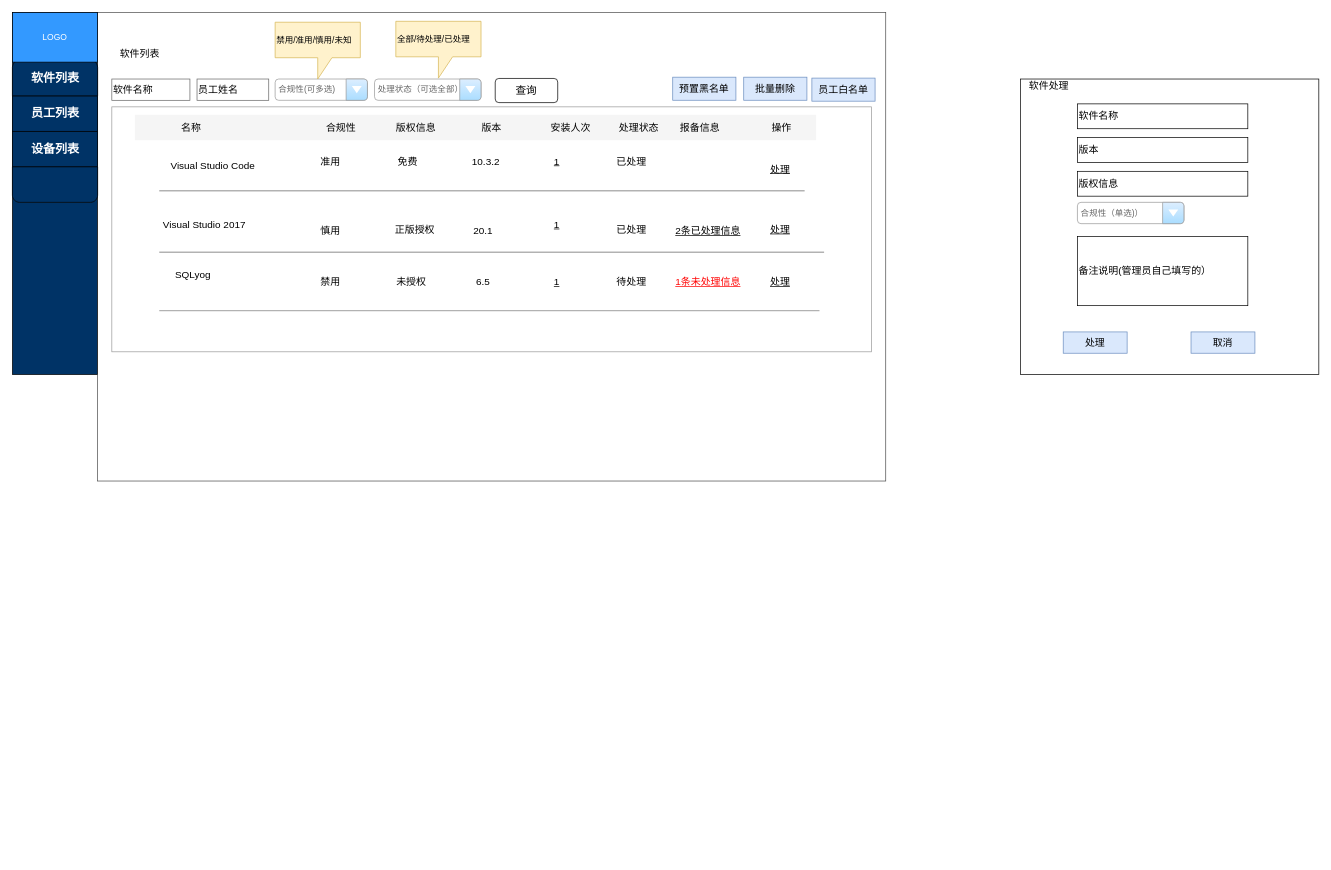
Earlier version of the draw.io diagram page "后台管理v2" (8 of 8) of 正版软件管理.drawio (mashifei/uml). Source tidied: cells renumbered, new cells numbered last; positions are measured from the earlier drawing's top-left corner, leaving out a move shared by most shapes. Both pictures are drawn from the tidied source at 71%, with x=0, y=0 at pixel (12, 12).
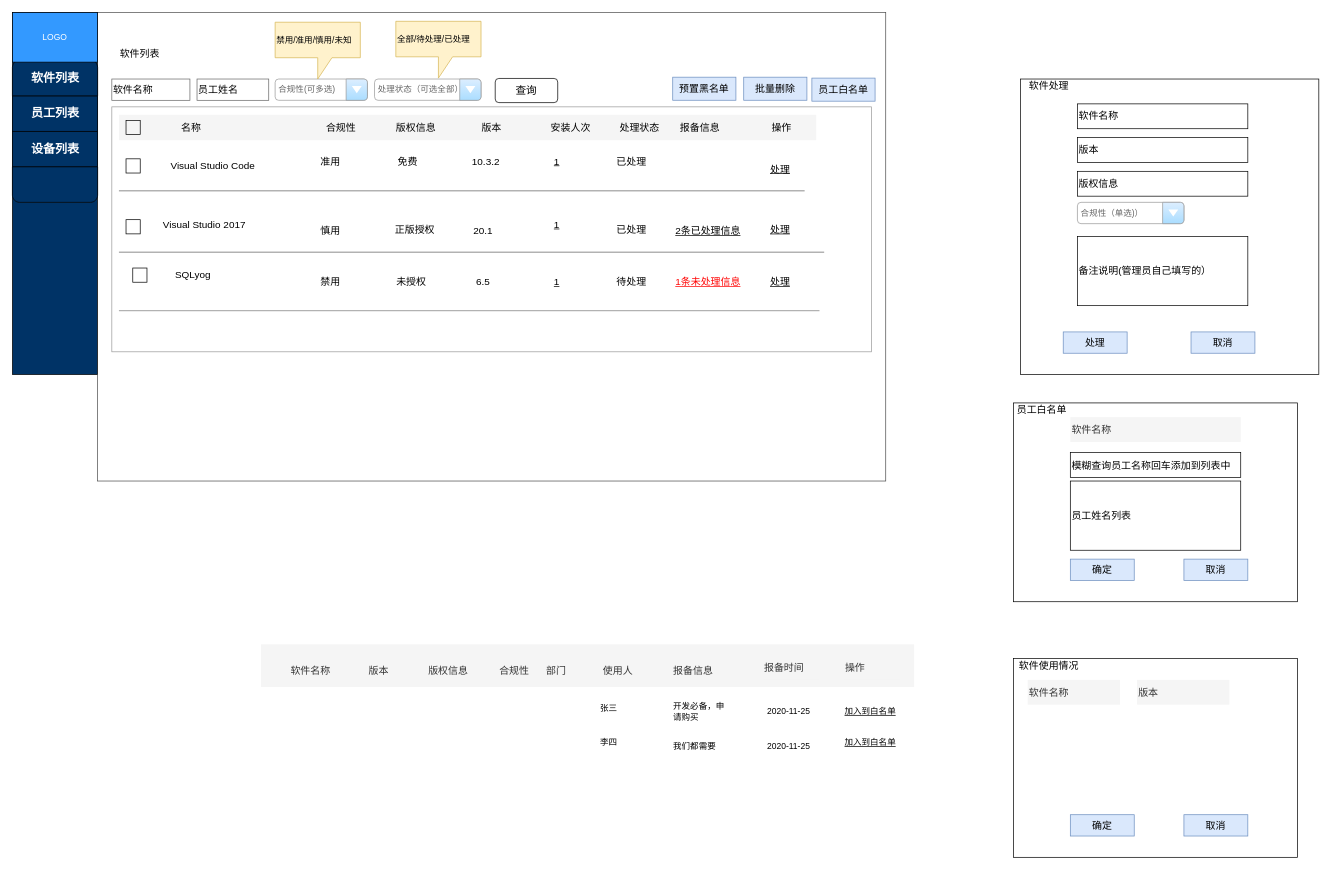
The same page after the edit.

Commit message:
更新正版软件管理.drawio

Change to the diagram source:
```diff
@@
+    <mxCell id="67" style="rounded=0;whiteSpace=wrap;html=1;fillColor=#f5f5f5;fontSize=12;fontColor=#333333;align=left;strokeColor=none;" parent="1" vertex="1">
+      <mxGeometry x="350" y="890" width="920" height="60" as="geometry" />
+    </mxCell>
@@
-    <mxCell id="22" style="group;" parent="1" vertex="1">
-      <mxGeometry x="172.4" y="140" width="975.2" height="285" as="geometry" />
-    </mxCell>
-    <mxCell id="23" style="line;strokeWidth=2;html=1;shadow=0;sketch=0;fillColor=none;fontSize=14;opacity=30;" parent="22" vertex="1">
-      <mxGeometry x="34.4" y="106.2" width="909" height="10" as="geometry" />
-    </mxCell>
-    <mxCell id="24" style="rounded=0;whiteSpace=wrap;html=1;shadow=0;sketch=0;fillColor=#f5f5f5;fontSize=14;fontColor=#333333;strokeColor=none;" parent="22" vertex="1">
-      <mxGeometry y="4.2" width="959.6" height="35.8" as="geometry" />
-    </mxCell>
-    <mxCell id="25" value="名称" style="text;html=1;strokeColor=none;fillColor=none;align=center;verticalAlign=middle;whiteSpace=wrap;rounded=0;shadow=0;sketch=0;fontSize=14;" parent="22" vertex="1">
-      <mxGeometry y="12.1" width="160" height="20" as="geometry" />
-    </mxCell>
-    <mxCell id="26" value="安装人次" style="text;html=1;strokeColor=none;fillColor=none;align=center;verticalAlign=middle;whiteSpace=wrap;rounded=0;shadow=0;sketch=0;fontSize=14;" parent="22" vertex="1">
-      <mxGeometry x="565.2" y="12.1" width="96.9" height="20" as="geometry" />
-    </mxCell>
-    <mxCell id="27" style="line;strokeWidth=2;html=1;shadow=0;sketch=0;fillColor=none;fontSize=14;opacity=30;" parent="22" vertex="1">
-      <mxGeometry x="34.4" y="192.8" width="936.4" height="10" as="geometry" />
-    </mxCell>
-    <mxCell id="28" value="版权信息" style="text;html=1;strokeColor=none;fillColor=none;align=center;verticalAlign=middle;whiteSpace=wrap;rounded=0;shadow=0;sketch=0;fontSize=14;" parent="22" vertex="1">
-      <mxGeometry x="337.6" y="12.1" width="116.8" height="20" as="geometry" />
-    </mxCell>
-    <mxCell id="29" value="合规性" style="text;html=1;strokeColor=none;fillColor=none;align=center;verticalAlign=middle;whiteSpace=wrap;rounded=0;shadow=0;sketch=0;fontSize=14;" parent="22" vertex="1">
-      <mxGeometry x="238" y="12.1" width="105.7" height="20" as="geometry" />
-    </mxCell>
-    <mxCell id="30" style="line;strokeWidth=2;html=1;shadow=0;sketch=0;fillColor=none;fontSize=14;opacity=30;" parent="22" vertex="1">
-      <mxGeometry x="34.4" y="275" width="929.9" height="10" as="geometry" />
-    </mxCell>
-    <mxCell id="31" value="版本" style="text;html=1;strokeColor=none;fillColor=none;align=center;verticalAlign=middle;whiteSpace=wrap;rounded=0;shadow=0;sketch=0;fontSize=14;" parent="22" vertex="1">
-      <mxGeometry x="462.5" y="12.1" width="80.3" height="20" as="geometry" />
-    </mxCell>
-    <mxCell id="32" value="处理状态" style="text;html=1;strokeColor=none;fillColor=none;align=center;verticalAlign=middle;whiteSpace=wrap;rounded=0;shadow=0;sketch=0;fontSize=14;" parent="22" vertex="1">
-      <mxGeometry x="662" y="12.1" width="96.9" height="20" as="geometry" />
-    </mxCell>
-    <mxCell id="33" value="报备信息" style="text;html=1;strokeColor=none;fillColor=none;align=center;verticalAlign=middle;whiteSpace=wrap;rounded=0;shadow=0;sketch=0;fontSize=14;" parent="22" vertex="1">
-      <mxGeometry x="747.6" y="12.1" width="96.9" height="20" as="geometry" />
-    </mxCell>
-    <mxCell id="34" value="操作" style="text;html=1;strokeColor=none;fillColor=none;align=center;verticalAlign=middle;whiteSpace=wrap;rounded=0;shadow=0;sketch=0;fontSize=14;" parent="22" vertex="1">
-      <mxGeometry x="862.8" y="12.1" width="96.9" height="20" as="geometry" />
-    </mxCell>
@@
+    <mxCell id="68" style="rounded=0;whiteSpace=wrap;html=1;fillColor=none;gradientColor=none;fontSize=12;fontColor=#000000;align=left;" parent="1" vertex="1">
+      <mxGeometry x="160" y="206.2" width="20" height="20" as="geometry" />
+    </mxCell>
+    <mxCell id="69" style="rounded=0;whiteSpace=wrap;html=1;fillColor=none;gradientColor=none;fontSize=12;fontColor=#000000;align=left;" parent="1" vertex="1">
+      <mxGeometry x="160" y="291.9" width="20" height="20" as="geometry" />
+    </mxCell>
+    <mxCell id="70" style="rounded=0;whiteSpace=wrap;html=1;fillColor=none;gradientColor=none;fontSize=12;fontColor=#000000;align=left;" parent="1" vertex="1">
+      <mxGeometry x="169.5" y="360" width="20" height="20" as="geometry" />
+    </mxCell>
+    <mxCell id="23" style="line;strokeWidth=2;html=1;shadow=0;sketch=0;fillColor=none;fontSize=14;opacity=30;" parent="1" vertex="1">
+      <mxGeometry x="150" y="246.2" width="965.8" height="10" as="geometry" />
+    </mxCell>
+    <mxCell id="24" style="rounded=0;whiteSpace=wrap;html=1;shadow=0;sketch=0;fillColor=#f5f5f5;fontSize=14;fontColor=#333333;strokeColor=none;" parent="1" vertex="1">
+      <mxGeometry x="150" y="144.2" width="982.1" height="35.8" as="geometry" />
+    </mxCell>
+    <mxCell id="25" value="名称" style="text;html=1;strokeColor=none;fillColor=none;align=center;verticalAlign=middle;whiteSpace=wrap;rounded=0;shadow=0;sketch=0;fontSize=14;" parent="1" vertex="1">
+      <mxGeometry x="172.4" y="152.1" width="160" height="20" as="geometry" />
+    </mxCell>
+    <mxCell id="26" value="安装人次" style="text;html=1;strokeColor=none;fillColor=none;align=center;verticalAlign=middle;whiteSpace=wrap;rounded=0;shadow=0;sketch=0;fontSize=14;" parent="1" vertex="1">
+      <mxGeometry x="737.6" y="152.1" width="96.9" height="20" as="geometry" />
+    </mxCell>
+    <mxCell id="27" style="line;strokeWidth=2;html=1;shadow=0;sketch=0;fillColor=none;fontSize=14;opacity=30;" parent="1" vertex="1">
+      <mxGeometry x="150" y="332.8" width="993.3" height="10" as="geometry" />
+    </mxCell>
+    <mxCell id="28" value="版权信息" style="text;html=1;strokeColor=none;fillColor=none;align=center;verticalAlign=middle;whiteSpace=wrap;rounded=0;shadow=0;sketch=0;fontSize=14;" parent="1" vertex="1">
+      <mxGeometry x="510" y="152.1" width="116.8" height="20" as="geometry" />
+    </mxCell>
+    <mxCell id="29" value="合规性" style="text;html=1;strokeColor=none;fillColor=none;align=center;verticalAlign=middle;whiteSpace=wrap;rounded=0;shadow=0;sketch=0;fontSize=14;" parent="1" vertex="1">
+      <mxGeometry x="410.4" y="152.1" width="105.7" height="20" as="geometry" />
+    </mxCell>
+    <mxCell id="30" style="line;strokeWidth=2;html=1;shadow=0;sketch=0;fillColor=none;fontSize=14;opacity=30;" parent="1" vertex="1">
+      <mxGeometry x="150" y="415" width="986.7" height="10" as="geometry" />
+    </mxCell>
+    <mxCell id="31" value="版本" style="text;html=1;strokeColor=none;fillColor=none;align=center;verticalAlign=middle;whiteSpace=wrap;rounded=0;shadow=0;sketch=0;fontSize=14;" parent="1" vertex="1">
+      <mxGeometry x="634.9" y="152.1" width="80.3" height="20" as="geometry" />
+    </mxCell>
+    <mxCell id="32" value="处理状态" style="text;html=1;strokeColor=none;fillColor=none;align=center;verticalAlign=middle;whiteSpace=wrap;rounded=0;shadow=0;sketch=0;fontSize=14;" parent="1" vertex="1">
+      <mxGeometry x="834.5" y="152.1" width="96.9" height="20" as="geometry" />
+    </mxCell>
+    <mxCell id="33" value="报备信息" style="text;html=1;strokeColor=none;fillColor=none;align=center;verticalAlign=middle;whiteSpace=wrap;rounded=0;shadow=0;sketch=0;fontSize=14;" parent="1" vertex="1">
+      <mxGeometry x="920" y="152.1" width="96.9" height="20" as="geometry" />
+    </mxCell>
+    <mxCell id="34" value="操作" style="text;html=1;strokeColor=none;fillColor=none;align=center;verticalAlign=middle;whiteSpace=wrap;rounded=0;shadow=0;sketch=0;fontSize=14;" parent="1" vertex="1">
+      <mxGeometry x="1035.2" y="152.1" width="96.9" height="20" as="geometry" />
+    </mxCell>
+    <mxCell id="71" style="rounded=0;whiteSpace=wrap;html=1;fillColor=none;gradientColor=none;fontSize=12;fontColor=#000000;align=left;" parent="1" vertex="1">
+      <mxGeometry x="160" y="152.1" width="20" height="20" as="geometry" />
+    </mxCell>
+    <mxCell id="72" style="whiteSpace=wrap;html=1;rounded=0;shadow=0;sketch=0;strokeColor=#000000;fillColor=#ffffff;fontSize=14;fontColor=#000000;align=center;" parent="1" vertex="1">
+      <mxGeometry x="1410" y="550" width="400" height="280" as="geometry" />
+    </mxCell>
+    <mxCell id="73" value="员工白名单" style="text;html=1;strokeColor=none;fillColor=none;align=center;verticalAlign=middle;whiteSpace=wrap;rounded=0;shadow=0;sketch=0;fontSize=14;fontColor=#000000;" parent="1" vertex="1">
+      <mxGeometry x="1400" y="550" width="100" height="20" as="geometry" />
+    </mxCell>
+    <mxCell id="74" value="模糊查询员工名称回车添加到列表中" style="rounded=0;whiteSpace=wrap;html=1;shadow=0;sketch=0;strokeColor=#000000;fillColor=none;fontSize=14;fontColor=#000000;align=left;" parent="1" vertex="1">
+      <mxGeometry x="1490" y="620" width="240" height="35" as="geometry" />
+    </mxCell>
+    <mxCell id="75" value="员工姓名列表" style="rounded=0;whiteSpace=wrap;html=1;shadow=0;sketch=0;strokeColor=#000000;fillColor=none;fontSize=14;fontColor=#000000;align=left;" parent="1" vertex="1">
+      <mxGeometry x="1490" y="660" width="240" height="97.5" as="geometry" />
+    </mxCell>
+    <mxCell id="76" value="确定" style="rounded=0;whiteSpace=wrap;html=1;shadow=0;sketch=0;strokeColor=#6c8ebf;fillColor=#dae8fc;fontSize=14;align=center;" parent="1" vertex="1">
+      <mxGeometry x="1490" y="770" width="90" height="30" as="geometry" />
+    </mxCell>
+    <mxCell id="77" value="取消" style="rounded=0;whiteSpace=wrap;html=1;shadow=0;sketch=0;strokeColor=#6c8ebf;fillColor=#dae8fc;fontSize=14;align=center;" parent="1" vertex="1">
+      <mxGeometry x="1650" y="770" width="90" height="30" as="geometry" />
+    </mxCell>
+    <mxCell id="78" value="软件名称" style="rounded=0;whiteSpace=wrap;html=1;shadow=0;sketch=0;fillColor=#f5f5f5;fontSize=14;fontColor=#333333;align=left;strokeColor=none;" parent="1" vertex="1">
+      <mxGeometry x="1490" y="570" width="240" height="35" as="geometry" />
+    </mxCell>
+    <mxCell id="79" style="whiteSpace=wrap;html=1;rounded=0;shadow=0;sketch=0;strokeColor=#000000;fillColor=#ffffff;fontSize=14;fontColor=#000000;align=center;" parent="1" vertex="1">
+      <mxGeometry x="1410" y="910" width="400" height="280" as="geometry" />
+    </mxCell>
+    <mxCell id="80" value="软件使用情况" style="text;html=1;strokeColor=none;fillColor=none;align=center;verticalAlign=middle;whiteSpace=wrap;rounded=0;shadow=0;sketch=0;fontSize=14;fontColor=#000000;" parent="1" vertex="1">
+      <mxGeometry x="1410" y="910" width="100" height="20" as="geometry" />
+    </mxCell>
+    <mxCell id="81" value="确定" style="rounded=0;whiteSpace=wrap;html=1;shadow=0;sketch=0;strokeColor=#6c8ebf;fillColor=#dae8fc;fontSize=14;align=center;" parent="1" vertex="1">
+      <mxGeometry x="1490" y="1130" width="90" height="30" as="geometry" />
+    </mxCell>
+    <mxCell id="82" value="取消" style="rounded=0;whiteSpace=wrap;html=1;shadow=0;sketch=0;strokeColor=#6c8ebf;fillColor=#dae8fc;fontSize=14;align=center;" parent="1" vertex="1">
+      <mxGeometry x="1650" y="1130" width="90" height="30" as="geometry" />
+    </mxCell>
+    <mxCell id="83" value="软件名称" style="rounded=0;whiteSpace=wrap;html=1;shadow=0;sketch=0;fillColor=#f5f5f5;fontSize=14;fontColor=#333333;align=left;strokeColor=none;" parent="1" vertex="1">
+      <mxGeometry x="1430" y="940" width="130" height="35" as="geometry" />
+    </mxCell>
+    <mxCell id="84" value="使用人" style="rounded=0;whiteSpace=wrap;html=1;shadow=0;sketch=0;fillColor=#f5f5f5;fontSize=14;fontColor=#333333;align=left;strokeColor=none;" parent="1" vertex="1">
+      <mxGeometry x="830" y="910" width="80" height="35" as="geometry" />
+    </mxCell>
+    <mxCell id="85" value="报备信息" style="rounded=0;whiteSpace=wrap;html=1;shadow=0;sketch=0;fillColor=#f5f5f5;fontSize=14;fontColor=#333333;align=left;strokeColor=none;" parent="1" vertex="1">
+      <mxGeometry x="928.5" y="910" width="80" height="35" as="geometry" />
+    </mxCell>
+    <mxCell id="86" value="报备时间" style="rounded=0;whiteSpace=wrap;html=1;shadow=0;sketch=0;fillColor=#f5f5f5;fontSize=14;fontColor=#333333;align=left;strokeColor=none;" parent="1" vertex="1">
+      <mxGeometry x="1056.7" y="905" width="80" height="35" as="geometry" />
+    </mxCell>
+    <mxCell id="87" value="张三" style="text;html=1;strokeColor=none;fillColor=none;align=center;verticalAlign=middle;whiteSpace=wrap;rounded=0;fontSize=12;fontColor=#000000;" parent="1" vertex="1">
+      <mxGeometry x="820" y="970" width="40" height="20" as="geometry" />
+    </mxCell>
+    <mxCell id="88" value="开发必备，申请购买" style="text;html=1;strokeColor=none;fillColor=none;align=left;verticalAlign=middle;whiteSpace=wrap;rounded=0;fontSize=12;fontColor=#000000;" parent="1" vertex="1">
+      <mxGeometry x="928.5" y="970" width="81.5" height="30" as="geometry" />
+    </mxCell>
+    <mxCell id="89" value="2020-11-25" style="text;html=1;strokeColor=none;fillColor=none;align=center;verticalAlign=middle;whiteSpace=wrap;rounded=0;fontSize=12;fontColor=#000000;" parent="1" vertex="1">
+      <mxGeometry x="1056.7" y="975" width="73.3" height="20" as="geometry" />
+    </mxCell>
+    <mxCell id="90" value="李四" style="text;html=1;strokeColor=none;fillColor=none;align=center;verticalAlign=middle;whiteSpace=wrap;rounded=0;fontSize=12;fontColor=#000000;" parent="1" vertex="1">
+      <mxGeometry x="820" y="1019" width="40" height="20" as="geometry" />
+    </mxCell>
+    <mxCell id="91" value="我们都需要" style="text;html=1;strokeColor=none;fillColor=none;align=left;verticalAlign=middle;whiteSpace=wrap;rounded=0;fontSize=12;fontColor=#000000;" parent="1" vertex="1">
+      <mxGeometry x="928.5" y="1019" width="61.5" height="30" as="geometry" />
+    </mxCell>
+    <mxCell id="92" value="2020-11-25" style="text;html=1;strokeColor=none;fillColor=none;align=center;verticalAlign=middle;whiteSpace=wrap;rounded=0;fontSize=12;fontColor=#000000;" parent="1" vertex="1">
+      <mxGeometry x="1056.7" y="1024" width="73.3" height="20" as="geometry" />
+    </mxCell>
+    <mxCell id="93" value="操作" style="rounded=0;whiteSpace=wrap;html=1;shadow=0;sketch=0;fillColor=#f5f5f5;fontSize=14;fontColor=#333333;align=left;strokeColor=none;" parent="1" vertex="1">
+      <mxGeometry x="1171" y="905" width="80" height="35" as="geometry" />
+    </mxCell>
+    <mxCell id="94" value="版本" style="rounded=0;whiteSpace=wrap;html=1;shadow=0;sketch=0;fillColor=#f5f5f5;fontSize=14;fontColor=#333333;align=left;strokeColor=none;" parent="1" vertex="1">
+      <mxGeometry x="1584" y="940" width="130" height="35" as="geometry" />
+    </mxCell>
+    <mxCell id="95" value="加入到白名单" style="text;html=1;strokeColor=none;fillColor=none;align=center;verticalAlign=middle;whiteSpace=wrap;rounded=0;fontSize=12;fontColor=#000000;fontStyle=4;" parent="1" vertex="1">
+      <mxGeometry x="1171" y="975" width="75" height="20" as="geometry" />
+    </mxCell>
+    <mxCell id="96" value="加入到白名单" style="text;html=1;strokeColor=none;fillColor=none;align=center;verticalAlign=middle;whiteSpace=wrap;rounded=0;fontSize=12;fontColor=#000000;fontStyle=4;" parent="1" vertex="1">
+      <mxGeometry x="1171" y="1019" width="75" height="20" as="geometry" />
+    </mxCell>
+    <mxCell id="97" value="软件名称" style="rounded=0;whiteSpace=wrap;html=1;shadow=0;sketch=0;fillColor=#f5f5f5;fontSize=14;fontColor=#333333;align=left;strokeColor=none;" parent="1" vertex="1">
+      <mxGeometry x="390" y="910" width="80" height="35" as="geometry" />
+    </mxCell>
+    <mxCell id="98" value="版本" style="rounded=0;whiteSpace=wrap;html=1;shadow=0;sketch=0;fillColor=#f5f5f5;fontSize=14;fontColor=#333333;align=left;strokeColor=none;" parent="1" vertex="1">
+      <mxGeometry x="500" y="910" width="80" height="35" as="geometry" />
+    </mxCell>
+    <mxCell id="99" value="版权信息" style="rounded=0;whiteSpace=wrap;html=1;shadow=0;sketch=0;fillColor=#f5f5f5;fontSize=14;fontColor=#333333;align=left;strokeColor=none;" parent="1" vertex="1">
+      <mxGeometry x="583.9" y="910" width="80" height="35" as="geometry" />
+    </mxCell>
+    <mxCell id="100" value="合规性" style="rounded=0;whiteSpace=wrap;html=1;shadow=0;sketch=0;fillColor=#f5f5f5;fontSize=14;fontColor=#333333;align=left;strokeColor=none;" parent="1" vertex="1">
+      <mxGeometry x="684" y="910" width="80" height="35" as="geometry" />
+    </mxCell>
+    <mxCell id="101" value="部门" style="rounded=0;whiteSpace=wrap;html=1;shadow=0;sketch=0;fillColor=#f5f5f5;fontSize=14;fontColor=#333333;align=left;strokeColor=none;" parent="1" vertex="1">
+      <mxGeometry x="750" y="910" width="60" height="35" as="geometry" />
+    </mxCell>
```
